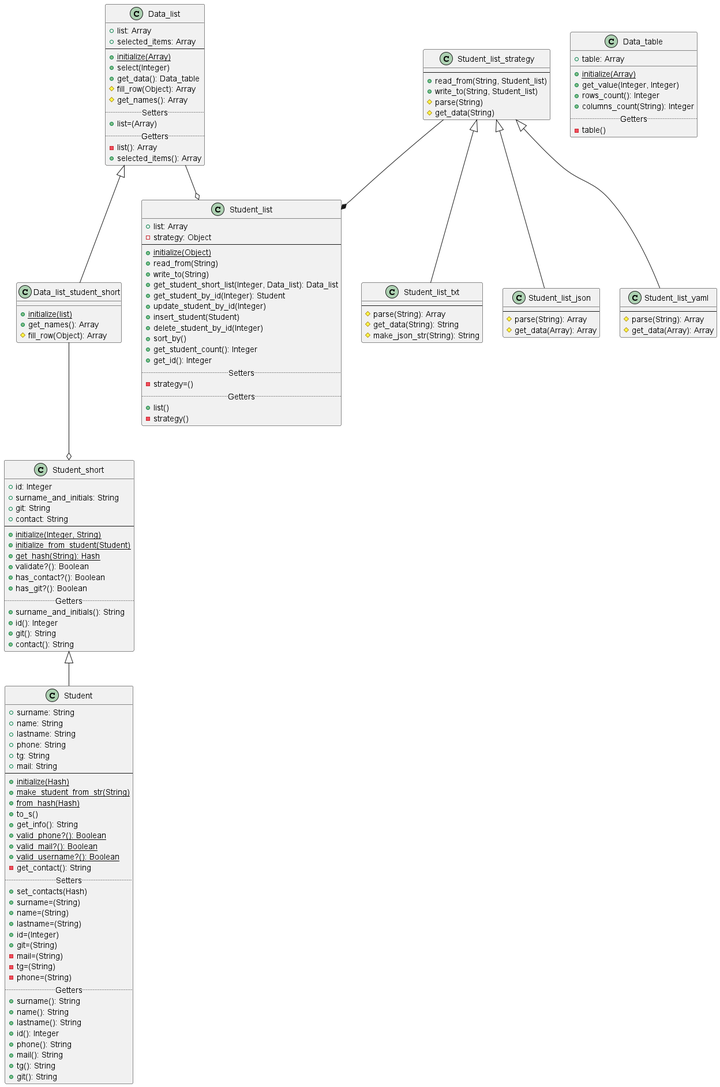
This is Lab2/diagrams/Student.png from archipunkrockboy/Programming-patterns, a PlantUML export, as it was before one commit.
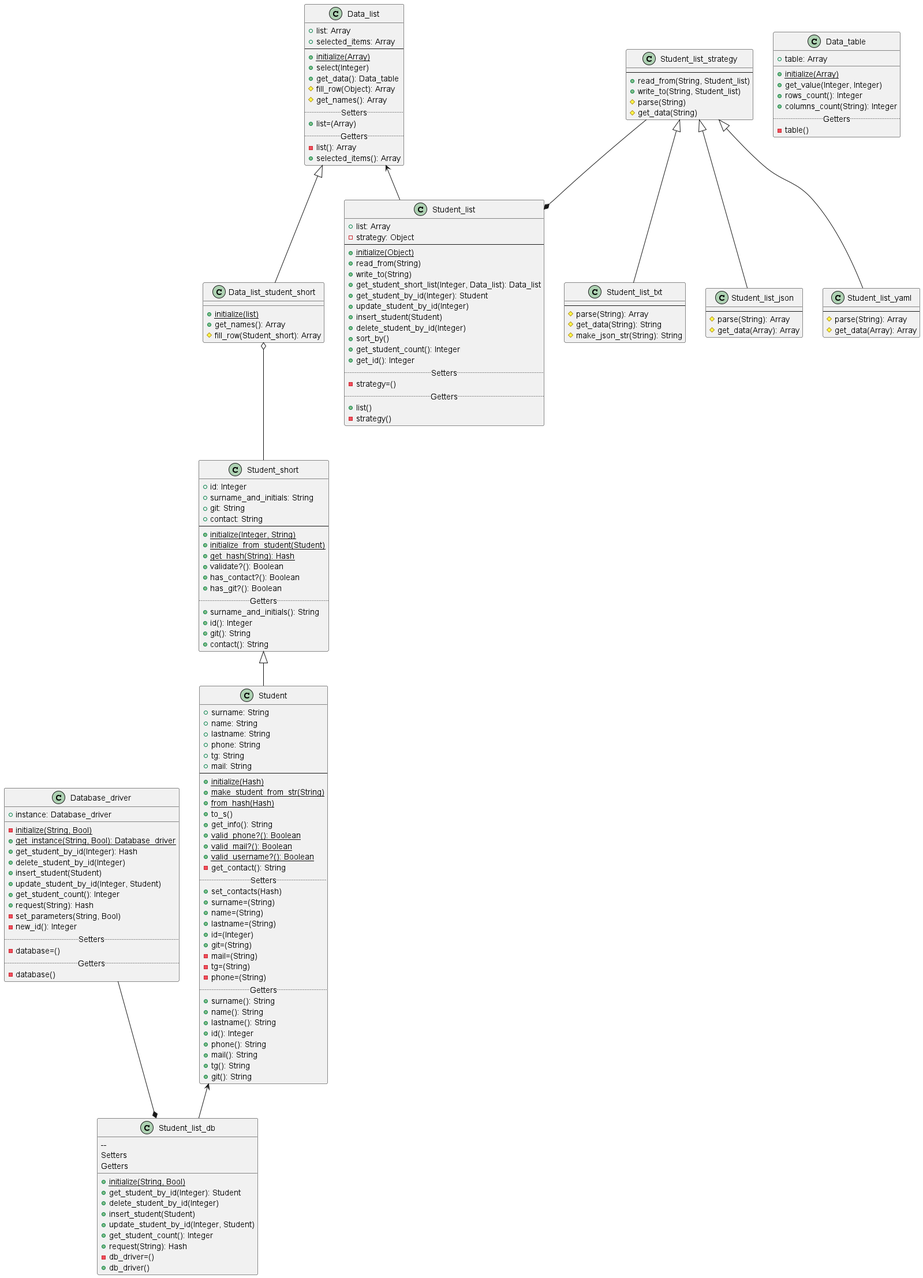
After the change.

Diff of the diagram source:
```diff
@@ -89,7 +89,7 @@
     __
     +{static}initialize(list)
     +get_names(): Array
-    #fill_row(Object): Array
+    #fill_row(Student_short): Array
     }
     class Student_list
     {
@@ -140,7 +140,44 @@
     #parse(String): Array
     #get_data(Array): Array
     }
+    class Student_list_db
+    {
+
+    --
+    +{static}initialize(String, Bool)
+    +get_student_by_id(Integer): Student
+    +delete_student_by_id(Integer)
+    +insert_student(Student)
+    +update_student_by_id(Integer, Student)
+    +get_student_count(): Integer
+    +request(String): Hash
+    ..Setters..
+    -db_driver=()
+    ..Getters..
+    +db_driver()
+    }
+    class Database_driver
+    {
+    +instance: Database_driver
+    __
+    -{static}initialize(String, Bool)
+    +{static}get_instance(String, Bool): Database_driver
+    +get_student_by_id(Integer): Hash
+    +delete_student_by_id(Integer)
+    +insert_student(Student)
+    +update_student_by_id(Integer, Student)
+    +get_student_count(): Integer
+    +request(String): Hash
+    -set_parameters(String, Bool)
+    -new_id(): Integer
+    ..Setters..
+    -database=()
+    ..Getters..
+    -database()
+    }
     Student_list_strategy --* Student_list
-    Data_list_student_short --o Student_short
-    Data_list --o Student_list
+    Data_list_student_short o-- Student_short
+    Data_list <-- Student_list
+    Student <-- Student_list_db
+    Database_driver --* Student_list_db
 @enduml
```
